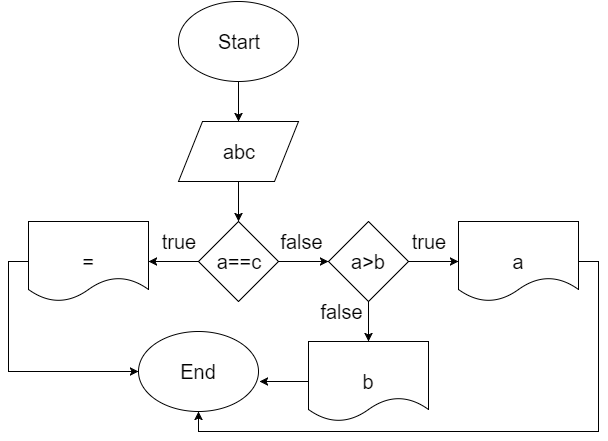
This is first.png from LiM10/25.01.2017, a draw.io export, as it was before one commit. Source tidied: cells renumbered, new cells last; positions are measured from the earlier drawing's top-left corner, leaving out a move shared by most shapes.
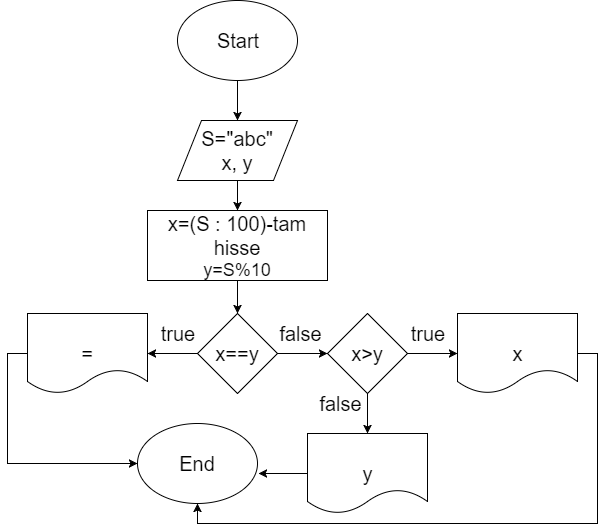
After the commit.

Change to the diagram source:
```diff
@@ -6,13 +6,13 @@
       <mxGeometry relative="1" as="geometry" />
     </mxCell>
     <mxCell id="3" value="Start" style="ellipse;whiteSpace=wrap;html=1;fontSize=20;" parent="1" vertex="1">
-      <mxGeometry x="170" width="120" height="80" as="geometry" />
+      <mxGeometry x="170" y="-93" width="120" height="80" as="geometry" />
     </mxCell>
-    <mxCell id="4" style="edgeStyle=orthogonalEdgeStyle;rounded=0;html=1;exitX=0.5;exitY=1;entryX=0.5;entryY=0;jettySize=auto;fontSize=20;" parent="1" edge="1" source="5" target="8">
+    <mxCell id="4" style="edgeStyle=orthogonalEdgeStyle;rounded=0;html=1;exitX=0.5;exitY=1;jettySize=auto;fontSize=20;entryX=0.5;entryY=0;" parent="1" edge="1" source="5" target="24">
       <mxGeometry relative="1" as="geometry" />
     </mxCell>
-    <mxCell id="5" value="abc" style="shape=parallelogram;whiteSpace=wrap;html=1;fontSize=20;" parent="1" vertex="1">
-      <mxGeometry x="170" y="120" width="120" height="60" as="geometry" />
+    <mxCell id="5" value="S=&quot;abc&quot;&lt;div&gt;x, y&lt;/div&gt;" style="shape=parallelogram;whiteSpace=wrap;html=1;fontSize=20;" parent="1" vertex="1">
+      <mxGeometry x="170" y="27" width="120" height="60" as="geometry" />
     </mxCell>
     <mxCell id="6" style="edgeStyle=orthogonalEdgeStyle;rounded=0;html=1;exitX=0;exitY=0.5;entryX=1;entryY=0.5;jettySize=auto;fontSize=20;" parent="1" edge="1" source="8" target="13">
       <mxGeometry relative="1" as="geometry" />
@@ -20,7 +20,7 @@
     <mxCell id="7" style="edgeStyle=orthogonalEdgeStyle;rounded=0;html=1;exitX=1;exitY=0.5;entryX=0;entryY=0.5;jettySize=auto;fontSize=20;" parent="1" edge="1" source="8" target="11">
       <mxGeometry relative="1" as="geometry" />
     </mxCell>
-    <mxCell id="8" value="a==c" style="rhombus;whiteSpace=wrap;html=1;fontSize=20;" parent="1" vertex="1">
+    <mxCell id="8" value="x==y" style="rhombus;whiteSpace=wrap;html=1;fontSize=20;" parent="1" vertex="1">
       <mxGeometry x="190" y="220" width="80" height="80" as="geometry" />
     </mxCell>
     <mxCell id="9" style="edgeStyle=orthogonalEdgeStyle;rounded=0;html=1;exitX=0.5;exitY=1;entryX=0.5;entryY=0;jettySize=auto;fontSize=20;" parent="1" edge="1" source="11" target="17">
@@ -29,7 +29,7 @@
     <mxCell id="10" style="edgeStyle=orthogonalEdgeStyle;rounded=0;html=1;exitX=1;exitY=0.5;jettySize=auto;fontSize=20;" parent="1" edge="1" source="11" target="19">
       <mxGeometry relative="1" as="geometry" />
     </mxCell>
-    <mxCell id="11" value="a&amp;gt;b" style="rhombus;whiteSpace=wrap;html=1;fontSize=20;" parent="1" vertex="1">
+    <mxCell id="11" value="x&amp;gt;y" style="rhombus;whiteSpace=wrap;html=1;fontSize=20;" parent="1" vertex="1">
       <mxGeometry x="320" y="220" width="80" height="80" as="geometry" />
     </mxCell>
     <mxCell id="12" style="edgeStyle=orthogonalEdgeStyle;rounded=0;html=1;entryX=0;entryY=0.5;jettySize=auto;fontSize=14;exitX=0;exitY=0.5;" parent="1" edge="1" source="13" target="22">
@@ -54,7 +54,7 @@
         <mxPoint x="251" y="380" as="targetPoint" />
       </mxGeometry>
     </mxCell>
-    <mxCell id="17" value="b" style="shape=document;whiteSpace=wrap;html=1;fontSize=20;" parent="1" vertex="1">
+    <mxCell id="17" value="y" style="shape=document;whiteSpace=wrap;html=1;fontSize=20;" parent="1" vertex="1">
       <mxGeometry x="300" y="340" width="120" height="80" as="geometry" />
     </mxCell>
     <mxCell id="18" style="edgeStyle=orthogonalEdgeStyle;rounded=0;html=1;exitX=1;exitY=0.5;entryX=0.5;entryY=1;jettySize=auto;fontSize=14;" parent="1" edge="1" source="19" target="22">
@@ -66,7 +66,7 @@
         </Array>
       </mxGeometry>
     </mxCell>
-    <mxCell id="19" value="a" style="shape=document;whiteSpace=wrap;html=1;fontSize=20;" parent="1" vertex="1">
+    <mxCell id="19" value="x" style="shape=document;whiteSpace=wrap;html=1;fontSize=20;" parent="1" vertex="1">
       <mxGeometry x="450" y="220" width="120" height="80" as="geometry" />
     </mxCell>
     <mxCell id="20" value="true" style="text;html=1;strokeColor=none;fillColor=none;align=center;verticalAlign=middle;whiteSpace=wrap;fontSize=20;" parent="1" vertex="1">
@@ -78,5 +78,11 @@
     <mxCell id="22" value="&lt;font style=&quot;font-size: 20px&quot;&gt;End&lt;/font&gt;" style="ellipse;whiteSpace=wrap;html=1;fontSize=14;" parent="1" vertex="1">
       <mxGeometry x="130" y="330" width="120" height="80" as="geometry" />
     </mxCell>
+    <mxCell id="23" style="edgeStyle=orthogonalEdgeStyle;rounded=0;html=1;exitX=0.5;exitY=1;entryX=0.5;entryY=0;jettySize=auto;fontSize=14;" parent="1" edge="1" source="24" target="8">
+      <mxGeometry relative="1" as="geometry" />
+    </mxCell>
+    <mxCell id="24" value="&lt;font style=&quot;font-size: 20px&quot;&gt;x=(S : 100)-tam hisse&lt;/font&gt;&lt;div&gt;&lt;font size=&quot;4&quot;&gt;y=S%10&lt;/font&gt;&lt;/div&gt;" style="whiteSpace=wrap;html=1;fontSize=14;" parent="1" vertex="1">
+      <mxGeometry x="140" y="117" width="180" height="70" as="geometry" />
+    </mxCell>
   </root>
 </mxGraphModel>
```
